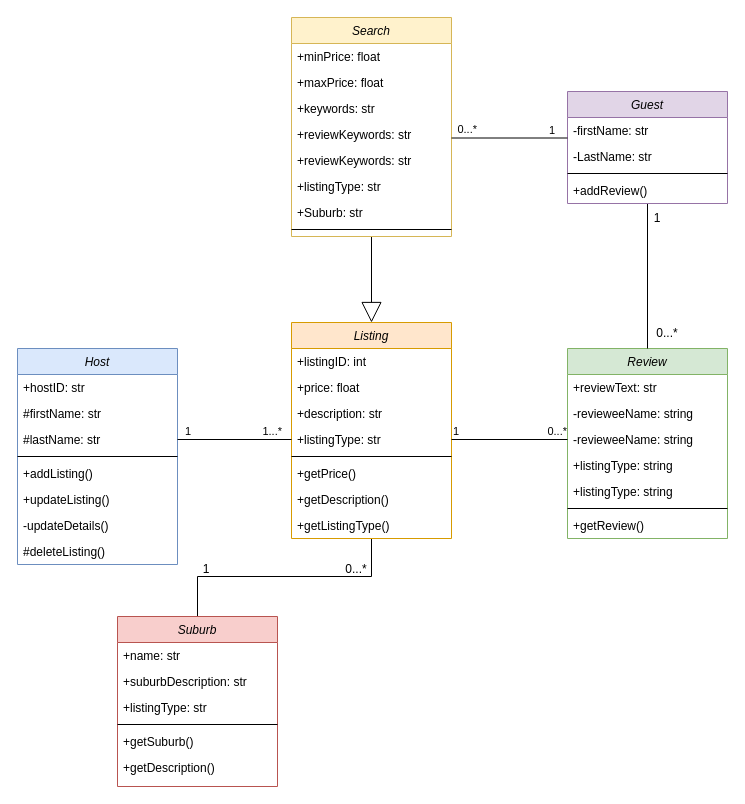
oqmd/Assignment keeps this draw.io diagram as UML Class Diagram.drawio. Above is the earlier version. Source tidied: cells renumbered, new cells numbered last; positions are measured from the earlier drawing's top-left corner, leaving out a move shared by most shapes. Both pictures are drawn from the tidied source at 100%, with x=0, y=0 at pixel (17, 17).
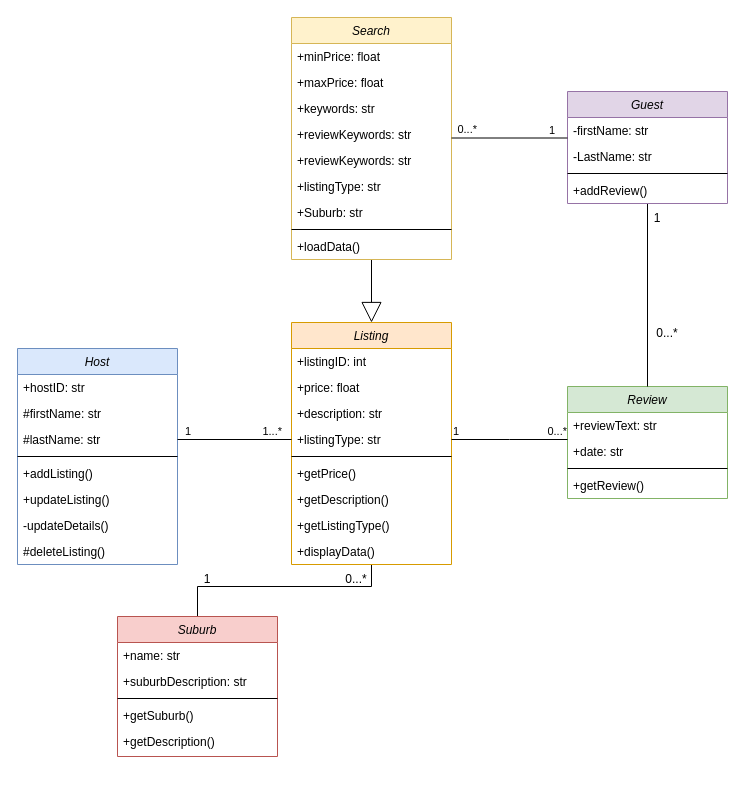
After the change.

Unchanged cells that the change refers to:
```xml
<mxCell id="7" value="+listingType: str" style="text;align=left;verticalAlign=top;spacingLeft=4;spacingRight=4;overflow=hidden;points=[[0,0.5],[1,0.5]];portConstraint=eastwest;rounded=0;shadow=0;html=0;" parent="3" vertex="1">
  <mxGeometry y="104" width="160" height="26" as="geometry" />
</mxCell>
```

Diff of the diagram source:
```diff
@@
     <mxCell id="2" style="edgeStyle=orthogonalEdgeStyle;rounded=0;jettySize=auto;html=1;entryX=0.5;entryY=0;entryDx=0;entryDy=0;endArrow=none;endFill=0;" parent="1" edge="1" source="3" target="20">
       <mxGeometry relative="1" as="geometry">
         <Array as="points">
-          <mxPoint x="354" y="559" />
-          <mxPoint x="180" y="559" />
+          <mxPoint x="354" y="569" />
+          <mxPoint x="180" y="569" />
         </Array>
       </mxGeometry>
     </mxCell>
     <mxCell id="3" value="Listing" style="swimlane;fontStyle=2;align=center;verticalAlign=top;horizontal=1;startSize=26;rounded=0;shadow=0;strokeWidth=1;fillColor=#ffe6cc;strokeColor=#d79b00;" parent="1" vertex="1">
-      <mxGeometry x="274" y="305" width="160" height="216" as="geometry" />
+      <mxGeometry x="274" y="305" width="160" height="242" as="geometry" />
     </mxCell>
@@
+    <mxCell id="65" value="+displayData()" style="text;align=left;verticalAlign=top;spacingLeft=4;spacingRight=4;overflow=hidden;" parent="3" vertex="1">
+      <mxGeometry y="216" width="160" height="26" as="geometry" />
+    </mxCell>
     <mxCell id="12" value="Review" style="swimlane;fontStyle=2;align=center;verticalAlign=top;horizontal=1;startSize=26;rounded=0;shadow=0;strokeWidth=1;fillColor=#d5e8d4;strokeColor=#82b366;" parent="1" vertex="1">
-      <mxGeometry x="550" y="331" width="160" height="190" as="geometry" />
+      <mxGeometry x="550" y="369" width="160" height="112" as="geometry" />
     </mxCell>
@@
-    <mxCell id="14" value="-revieweeName: string" style="text;align=left;verticalAlign=top;spacingLeft=4;spacingRight=4;overflow=hidden;rounded=0;shadow=0;html=0;" parent="12" vertex="1">
-      <mxGeometry y="52" width="160" height="26" as="geometry" />
-    </mxCell>
-    <mxCell id="15" value="-revieweeName: string" style="text;align=left;verticalAlign=top;spacingLeft=4;spacingRight=4;overflow=hidden;points=[[0,0.5],[1,0.5]];portConstraint=eastwest;rounded=0;shadow=0;html=0;" parent="12" vertex="1">
-      <mxGeometry y="78" width="160" height="26" as="geometry" />
-    </mxCell>
-    <mxCell id="16" value="+listingType: string" style="text;align=left;verticalAlign=top;spacingLeft=4;spacingRight=4;overflow=hidden;rounded=0;shadow=0;html=0;" parent="12" vertex="1">
-      <mxGeometry y="104" width="160" height="26" as="geometry" />
-    </mxCell>
-    <mxCell id="17" value="+listingType: string" style="text;align=left;verticalAlign=top;spacingLeft=4;spacingRight=4;overflow=hidden;rounded=0;shadow=0;html=0;" parent="12" vertex="1">
-      <mxGeometry y="130" width="160" height="26" as="geometry" />
-    </mxCell>
+    <mxCell id="66" value="+date: str" style="text;align=left;verticalAlign=top;spacingLeft=4;spacingRight=4;overflow=hidden;" parent="12" vertex="1">
+      <mxGeometry y="52" width="160" height="26" as="geometry" />
+    </mxCell>
     <mxCell id="18" style="line;html=1;strokeWidth=1;align=left;verticalAlign=middle;spacingTop=-1;spacingLeft=3;spacingRight=3;labelPosition=right;" parent="12" vertex="1">
-      <mxGeometry y="156" width="160" height="8" as="geometry" />
+      <mxGeometry y="78" width="160" height="8" as="geometry" />
     </mxCell>
     <mxCell id="19" value="+getReview()" style="text;align=left;verticalAlign=top;spacingLeft=4;spacingRight=4;overflow=hidden;" parent="12" vertex="1">
-      <mxGeometry y="164" width="160" height="26" as="geometry" />
+      <mxGeometry y="86" width="160" height="26" as="geometry" />
     </mxCell>
     <mxCell id="20" value="Suburb" style="swimlane;fontStyle=2;align=center;verticalAlign=top;horizontal=1;startSize=26;rounded=0;shadow=0;strokeWidth=1;fillColor=#f8cecc;strokeColor=#b85450;" parent="1" vertex="1">
-      <mxGeometry x="100" y="599" width="160" height="170" as="geometry" />
+      <mxGeometry x="100" y="599" width="160" height="140" as="geometry" />
     </mxCell>
@@
-    <mxCell id="23" value="+listingType: str" style="text;align=left;verticalAlign=top;spacingLeft=4;spacingRight=4;overflow=hidden;rounded=0;shadow=0;html=0;" parent="20" vertex="1">
-      <mxGeometry y="78" width="160" height="26" as="geometry" />
-    </mxCell>
     <mxCell id="24" style="line;html=1;strokeWidth=1;align=left;verticalAlign=middle;spacingTop=-1;spacingLeft=3;spacingRight=3;labelPosition=right;" parent="20" vertex="1">
-      <mxGeometry y="104" width="160" height="8" as="geometry" />
+      <mxGeometry y="78" width="160" height="8" as="geometry" />
     </mxCell>
     <mxCell id="25" value="+getSuburb()" style="text;align=left;verticalAlign=top;spacingLeft=4;spacingRight=4;overflow=hidden;" parent="20" vertex="1">
-      <mxGeometry y="112" width="160" height="26" as="geometry" />
+      <mxGeometry y="86" width="160" height="26" as="geometry" />
     </mxCell>
     <mxCell id="26" value="+getDescription()" style="text;align=left;verticalAlign=top;spacingLeft=4;spacingRight=4;overflow=hidden;" parent="20" vertex="1">
-      <mxGeometry y="138" width="160" height="26" as="geometry" />
+      <mxGeometry y="112" width="160" height="26" as="geometry" />
     </mxCell>
@@
-    <mxCell id="45" style="endArrow=none;html=1;edgeStyle=orthogonalEdgeStyle;rounded=0;exitX=1;exitY=0.5;exitDx=0;exitDy=0;entryX=0;entryY=0.5;entryDx=0;entryDy=0;" parent="1" edge="1" source="7" target="15">
-      <mxGeometry relative="1" as="geometry" />
+    <mxCell id="45" style="endArrow=none;html=1;edgeStyle=orthogonalEdgeStyle;rounded=0;exitX=1;exitY=0.5;exitDx=0;exitDy=0;entryX=0;entryY=0.5;entryDx=0;entryDy=0;" parent="1" edge="1" source="7">
+      <mxGeometry relative="1" as="geometry">
+        <mxPoint x="550" y="422" as="targetPoint" />
+      </mxGeometry>
     </mxCell>
@@
     <mxCell id="50" value="1" style="text;html=1;strokeColor=none;fillColor=none;align=center;verticalAlign=middle;whiteSpace=wrap;rounded=0;" parent="1" vertex="1">
-      <mxGeometry x="159" y="537" width="60" height="30" as="geometry" />
+      <mxGeometry x="160" y="547" width="60" height="30" as="geometry" />
     </mxCell>
     <mxCell id="51" value="0...*" style="text;html=1;strokeColor=none;fillColor=none;align=center;verticalAlign=middle;whiteSpace=wrap;rounded=0;" parent="1" vertex="1">
-      <mxGeometry x="309" y="537" width="60" height="30" as="geometry" />
+      <mxGeometry x="309" y="547" width="60" height="30" as="geometry" />
     </mxCell>
@@
     <mxCell id="53" value="Search" style="swimlane;fontStyle=2;align=center;verticalAlign=top;horizontal=1;startSize=26;rounded=0;shadow=0;strokeWidth=1;fillColor=#fff2cc;strokeColor=#d6b656;" parent="1" vertex="1">
-      <mxGeometry x="274" width="160" height="219" as="geometry" />
+      <mxGeometry x="274" width="160" height="242" as="geometry" />
     </mxCell>
@@
+    <mxCell id="67" value="+loadData()" style="text;align=left;verticalAlign=top;spacingLeft=4;spacingRight=4;overflow=hidden;rounded=0;shadow=0;html=0;" parent="53" vertex="1">
+      <mxGeometry y="216" width="160" height="26" as="geometry" />
+    </mxCell>
```
